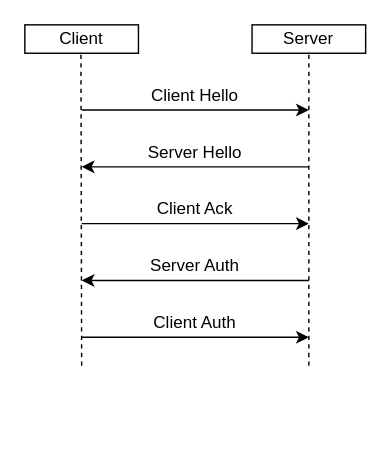
Earlier version of the draw.io diagram paper/figures/crypto_handshake_discoverable.drawio (hop-proto/hop-go). Source tidied: cells renumbered, new cells numbered last; positions are measured from the earlier drawing's top-left corner, leaving out a move shared by most shapes. Both pictures are drawn from the tidied source at 142%, with x=0, y=0 at pixel (24, 24).
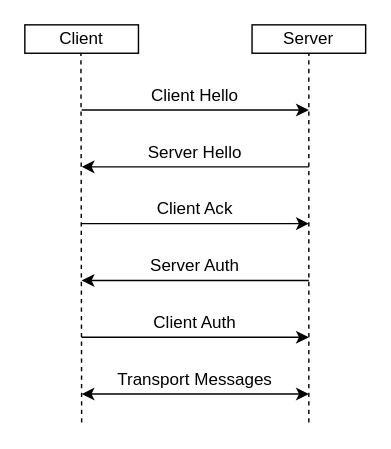
Above is the later version.

Commit message (it also covers changes not shown here):
update discoverable diagram

The change refers to these unchanged cells:
```xml
<mxCell id="3" value="Server" style="rounded=0;whiteSpace=wrap;html=1;" parent="1" vertex="1">
  <mxGeometry x="160" width="80" height="20" as="geometry" />
</mxCell>
```

The edit, as a diff of the source:
```diff
@@
     <mxCell id="4" style="endArrow=none;dashed=1;html=1;entryX=0.5;entryY=1;entryDx=0;entryDy=0;" parent="1" edge="1" target="3">
       <mxGeometry relative="1" as="geometry">
-        <mxPoint x="200" y="240" as="sourcePoint" />
+        <mxPoint x="200" y="280" as="sourcePoint" />
       </mxGeometry>
     </mxCell>
     <mxCell id="5" style="endArrow=none;dashed=1;html=1;entryX=0.5;entryY=1;entryDx=0;entryDy=0;" parent="1" edge="1">
       <mxGeometry relative="1" as="geometry">
-        <mxPoint x="40" y="240" as="sourcePoint" />
+        <mxPoint x="40" y="280" as="sourcePoint" />
         <mxPoint x="39.5" y="20" as="targetPoint" />
       </mxGeometry>
     </mxCell>
@@
+    <mxCell id="18" style="endArrow=classic;startArrow=classic;html=1;" parent="1" edge="1">
+      <mxGeometry relative="1" as="geometry">
+        <mxPoint x="40" y="260" as="sourcePoint" />
+        <mxPoint x="200" y="260" as="targetPoint" />
+      </mxGeometry>
+    </mxCell>
+    <mxCell id="19" value="Transport Messages" style="text;html=1;strokeColor=none;fillColor=none;align=center;verticalAlign=middle;whiteSpace=wrap;rounded=0;" parent="1" vertex="1">
+      <mxGeometry x="40" y="240" width="160" height="20" as="geometry" />
+    </mxCell>
```
